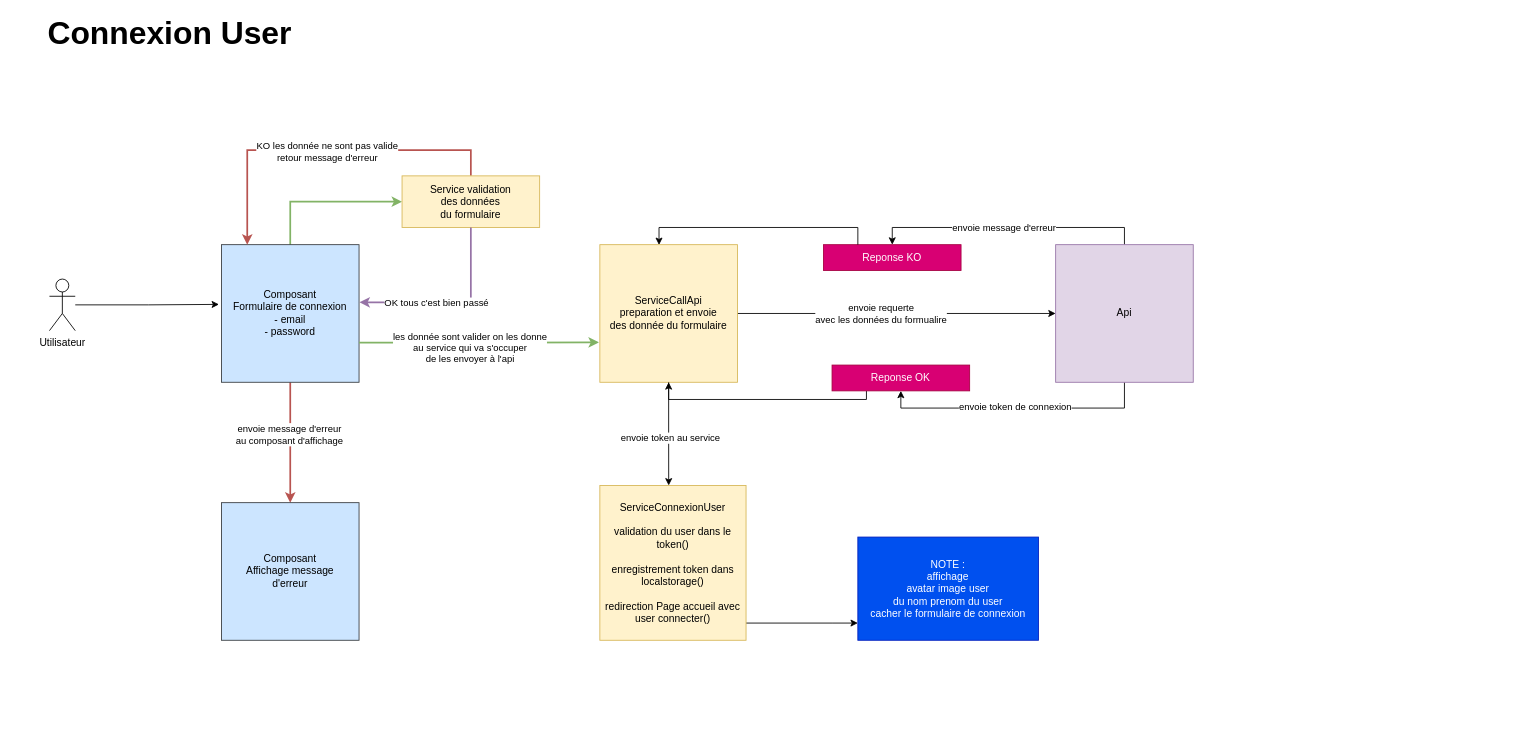
The draw.io diagram backlog-page-connexion.drawio in LucasCDA90/Projet-individuel, before the edit. Source tidied: cells renumbered, new cells numbered last; positions are measured from the earlier drawing's top-left corner, leaving out a move shared by most shapes. Both pictures are drawn from the tidied source at 86%, with x=0, y=0 at pixel (15, 21).
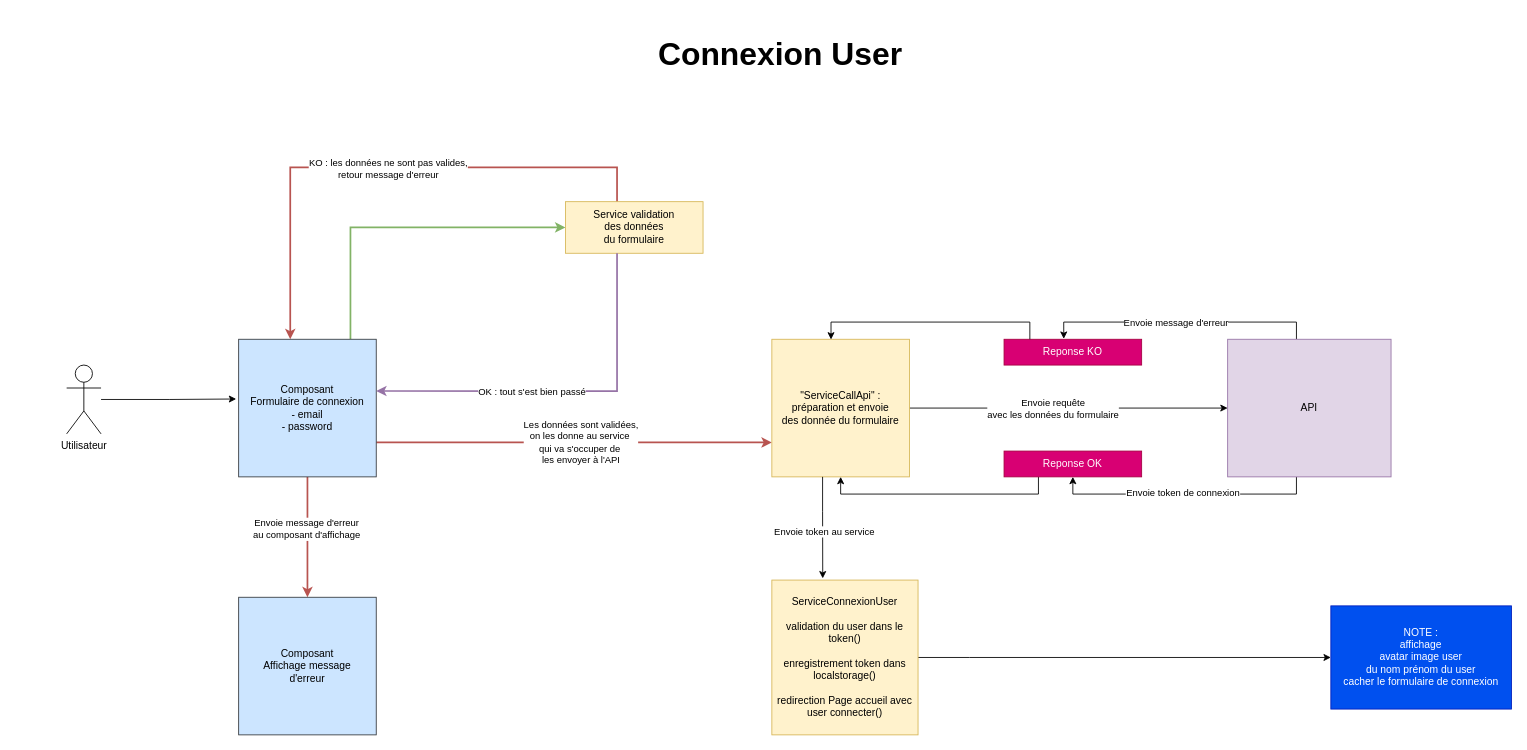
After the change.

The change refers to these unchanged cells:
```xml
<mxCell id="3" style="edgeStyle=orthogonalEdgeStyle;rounded=0;jettySize=auto;html=1;entryX=0.5;entryY=0;entryDx=0;entryDy=0;fillColor=#f8cecc;strokeColor=#b85450;strokeWidth=2;" parent="1" edge="1" source="5" target="19">
  <mxGeometry relative="1" as="geometry" />
</mxCell>
<mxCell id="12" style="edgeStyle=orthogonalEdgeStyle;rounded=0;jettySize=auto;html=1;" parent="1" edge="1" source="14" target="24">
  <mxGeometry relative="1" as="geometry" />
</mxCell>
```

The edit, as a diff of the source:
```diff
@@
     <mxCell id="2" style="edgeStyle=orthogonalEdgeStyle;rounded=0;jettySize=auto;html=1;entryX=0;entryY=0.5;entryDx=0;entryDy=0;fillColor=#d5e8d4;strokeColor=#82b366;strokeWidth=2;" parent="1" edge="1" source="5" target="11">
       <mxGeometry relative="1" as="geometry">
         <Array as="points">
-          <mxPoint x="320" y="210" />
+          <mxPoint x="390" y="240" />
         </Array>
       </mxGeometry>
     </mxCell>
@@
-    <mxCell id="4" value="envoie message d'erreur&lt;br&gt;au composant d'affichage" style="edgeLabel;html=1;align=center;verticalAlign=middle;" parent="3" vertex="1">
+    <mxCell id="4" value="Envoie message d'erreur&lt;br&gt;au composant d'affichage" style="edgeLabel;html=1;align=center;verticalAlign=middle;" parent="3" vertex="1">
       <mxGeometry x="-0.15" y="-2" relative="1" as="geometry" />
     </mxCell>
+    <mxCell id="17" style="edgeStyle=orthogonalEdgeStyle;rounded=0;jettySize=auto;html=1;exitX=1;exitY=0.75;exitDx=0;exitDy=0;entryX=0;entryY=0.75;entryDx=0;entryDy=0;fillColor=#f8cecc;strokeColor=#b85450;strokeWidth=2;" parent="1" edge="1" source="5" target="14">
+      <mxGeometry relative="1" as="geometry" />
+    </mxCell>
+    <mxCell id="34" value="&lt;div&gt;Les données sont validées,&lt;/div&gt;&lt;div&gt;on les donne au service&amp;nbsp;&lt;/div&gt;&lt;div&gt;qui va s'occuper de&amp;nbsp;&lt;/div&gt;&lt;div&gt;les envoyer à l'API&lt;/div&gt;" style="edgeLabel;html=1;align=center;verticalAlign=middle;" parent="17" vertex="1">
+      <mxGeometry x="0.03" y="1" relative="1" as="geometry" />
+    </mxCell>
     <mxCell id="5" value="&lt;div&gt;Composant&lt;br&gt;Formulaire de connexion&lt;br&gt;- email&lt;br&gt;- password&lt;/div&gt;" style="rounded=0;whiteSpace=wrap;html=1;fillColor=#cce5ff;strokeColor=#36393d;" parent="1" vertex="1">
-      <mxGeometry x="240" y="260" width="160" height="160" as="geometry" />
+      <mxGeometry x="260" y="370" width="160" height="160" as="geometry" />
     </mxCell>
     <mxCell id="6" value="Utilisateur" style="shape=umlActor;verticalLabelPosition=bottom;verticalAlign=top;html=1;outlineConnect=0;" parent="1" vertex="1">
-      <mxGeometry x="40" y="300" width="30" height="60" as="geometry" />
+      <mxGeometry x="60" y="400" width="40" height="80" as="geometry" />
     </mxCell>
     <mxCell id="7" value="Connexion User" style="text;html=1;align=center;verticalAlign=middle;whiteSpace=wrap;rounded=0;fontSize=37;fontStyle=1;" parent="1" vertex="1">
-      <mxGeometry width="360" height="30" as="geometry" />
+      <mxGeometry x="710" y="10" width="360" height="60" as="geometry" />
     </mxCell>
@@
     <mxCell id="9" style="edgeStyle=orthogonalEdgeStyle;rounded=0;jettySize=auto;html=1;fillColor=#f8cecc;strokeColor=#b85450;strokeWidth=2;" parent="1" edge="1" source="11" target="5">
       <mxGeometry relative="1" as="geometry">
         <Array as="points">
-          <mxPoint x="530" y="150" />
-          <mxPoint x="270" y="150" />
+          <mxPoint x="700" y="170" />
+          <mxPoint x="320" y="170" />
         </Array>
       </mxGeometry>
     </mxCell>
-    <mxCell id="10" value="KO les donnée ne sont pas valide&lt;br&gt;retour message d'erreur" style="edgeLabel;html=1;align=center;verticalAlign=middle;" parent="9" vertex="1">
+    <mxCell id="10" value="KO : les données ne sont pas valides,&lt;br&gt;retour message d'erreur" style="edgeLabel;html=1;align=center;verticalAlign=middle;" parent="9" vertex="1">
       <mxGeometry x="-0.01" y="1" relative="1" as="geometry" />
     </mxCell>
     <mxCell id="11" value="&lt;div&gt;Service validation&lt;br&gt;des données&lt;br&gt;du formulaire&lt;/div&gt;" style="rounded=0;whiteSpace=wrap;html=1;fillColor=#fff2cc;strokeColor=#d6b656;" parent="1" vertex="1">
-      <mxGeometry x="450" y="180" width="160" height="60" as="geometry" />
+      <mxGeometry x="640" y="210" width="160" height="60" as="geometry" />
     </mxCell>
@@
-    <mxCell id="13" value="envoie requerte&lt;br&gt;avec les données du formualire" style="edgeLabel;html=1;align=center;verticalAlign=middle;" parent="12" vertex="1">
+    <mxCell id="13" value="Envoie requête&lt;br&gt;avec les données du formulaire" style="edgeLabel;html=1;align=center;verticalAlign=middle;" parent="12" vertex="1">
       <mxGeometry x="-0.23" y="1" relative="1" as="geometry">
         <mxPoint x="24" y="1" as="offset" />
       </mxGeometry>
     </mxCell>
-    <mxCell id="14" value="ServiceCallApi&lt;br&gt;preparation et envoie&lt;br&gt;des donnée du formulaire" style="rounded=0;whiteSpace=wrap;html=1;fillColor=#fff2cc;strokeColor=#d6b656;" parent="1" vertex="1">
-      <mxGeometry x="680" y="260" width="160" height="160" as="geometry" />
+    <mxCell id="14" value="&quot;ServiceCallApi&quot; :&lt;br&gt;préparation et envoie&lt;br&gt;des donnée du formulaire" style="rounded=0;whiteSpace=wrap;html=1;fillColor=#fff2cc;strokeColor=#d6b656;" parent="1" vertex="1">
+      <mxGeometry x="880" y="370" width="160" height="160" as="geometry" />
     </mxCell>
-    <mxCell id="15" style="edgeStyle=orthogonalEdgeStyle;rounded=0;jettySize=auto;html=1;entryX=1.003;entryY=0.419;entryDx=0;entryDy=0;entryPerimeter=0;fillColor=#e1d5e7;strokeColor=#9673a6;strokeWidth=2;" parent="1" edge="1" source="11" target="5">
+    <mxCell id="15" style="edgeStyle=orthogonalEdgeStyle;rounded=0;jettySize=auto;html=1;entryX=0.999;entryY=0.376;entryDx=0;entryDy=0;entryPerimeter=0;fillColor=#e1d5e7;strokeColor=#9673a6;strokeWidth=2;" parent="1" edge="1" source="11" target="5">
       <mxGeometry relative="1" as="geometry">
         <Array as="points">
-          <mxPoint x="530" y="327" />
+          <mxPoint x="700" y="430" />
+          <mxPoint x="420" y="430" />
         </Array>
       </mxGeometry>
     </mxCell>
-    <mxCell id="16" value="OK tous c'est bien passé" style="edgeLabel;html=1;align=center;verticalAlign=middle;" parent="15" vertex="1">
+    <mxCell id="16" value="OK : tout s'est bien passé" style="edgeLabel;html=1;align=center;verticalAlign=middle;" parent="15" vertex="1">
       <mxGeometry x="0.18" relative="1" as="geometry" />
     </mxCell>
-    <mxCell id="17" style="edgeStyle=orthogonalEdgeStyle;rounded=0;jettySize=auto;html=1;entryX=-0.007;entryY=0.71;entryDx=0;entryDy=0;entryPerimeter=0;fillColor=#d5e8d4;strokeColor=#82b366;strokeWidth=2;" parent="1" edge="1" source="5" target="14">
-      <mxGeometry relative="1" as="geometry">
-        <Array as="points">
-          <mxPoint x="470" y="374" />
-          <mxPoint x="470" y="374" />
-        </Array>
-      </mxGeometry>
-    </mxCell>
-    <mxCell id="18" value="les donnée sont valider on les donne&lt;br&gt;au service qui va s'occuper&lt;br&gt;de les envoyer à l'api" style="edgeLabel;html=1;align=center;verticalAlign=middle;" parent="17" vertex="1">
-      <mxGeometry x="-0.43" y="3" relative="1" as="geometry">
-        <mxPoint x="50" y="9" as="offset" />
-      </mxGeometry>
-    </mxCell>
     <mxCell id="19" value="Composant&lt;br&gt;Affichage message &lt;br&gt;d'erreur" style="rounded=0;whiteSpace=wrap;html=1;fillColor=#cce5ff;strokeColor=#36393d;" parent="1" vertex="1">
-      <mxGeometry x="240" y="560" width="160" height="160" as="geometry" />
+      <mxGeometry x="260" y="670" width="160" height="160" as="geometry" />
     </mxCell>
     <mxCell id="20" style="edgeStyle=orthogonalEdgeStyle;rounded=0;jettySize=auto;html=1;entryX=0.5;entryY=1;entryDx=0;entryDy=0;" parent="1" edge="1" source="24" target="26">
       <mxGeometry relative="1" as="geometry">
         <Array as="points">
-          <mxPoint x="1290" y="450" />
-          <mxPoint x="1030" y="450" />
+          <mxPoint x="1490" y="550" />
+          <mxPoint x="1230" y="550" />
         </Array>
       </mxGeometry>
     </mxCell>
-    <mxCell id="21" value="envoie token de connexion" style="edgeLabel;html=1;align=center;verticalAlign=middle;" parent="20" vertex="1">
+    <mxCell id="21" value="Envoie token de connexion" style="edgeLabel;html=1;align=center;verticalAlign=middle;" parent="20" vertex="1">
       <mxGeometry x="0.02" y="-2" relative="1" as="geometry" />
     </mxCell>
-    <mxCell id="22" style="edgeStyle=orthogonalEdgeStyle;rounded=0;jettySize=auto;html=1;entryX=0.5;entryY=0;entryDx=0;entryDy=0;" parent="1" edge="1" source="24" target="27">
+    <mxCell id="22" style="edgeStyle=orthogonalEdgeStyle;rounded=0;jettySize=auto;html=1;entryX=0.434;entryY=-0.017;entryDx=0;entryDy=0;entryPerimeter=0;" parent="1" edge="1" source="24" target="27">
       <mxGeometry relative="1" as="geometry">
         <Array as="points">
-          <mxPoint x="1290" y="240" />
-          <mxPoint x="1020" y="240" />
+          <mxPoint x="1490" y="350" />
+          <mxPoint x="1220" y="350" />
+          <mxPoint x="1220" y="370" />
         </Array>
       </mxGeometry>
     </mxCell>
-    <mxCell id="23" value="envoie message d'erreur" style="edgeLabel;html=1;align=center;verticalAlign=middle;" parent="22" vertex="1">
+    <mxCell id="23" value="Envoie message d'erreur" style="edgeLabel;html=1;align=center;verticalAlign=middle;" parent="22" vertex="1">
       <mxGeometry x="0.04" relative="1" as="geometry" />
     </mxCell>
-    <mxCell id="24" value="Api" style="rounded=0;whiteSpace=wrap;html=1;fillColor=#e1d5e7;strokeColor=#9673a6;" parent="1" vertex="1">
-      <mxGeometry x="1210" y="260" width="160" height="160" as="geometry" />
+    <mxCell id="24" value="API" style="rounded=0;whiteSpace=wrap;html=1;fillColor=#e1d5e7;strokeColor=#9673a6;" parent="1" vertex="1">
+      <mxGeometry x="1410" y="370" width="190" height="160" as="geometry" />
     </mxCell>
     <mxCell id="25" style="edgeStyle=orthogonalEdgeStyle;rounded=0;jettySize=auto;html=1;entryX=0.5;entryY=1;entryDx=0;entryDy=0;exitX=0.25;exitY=1;exitDx=0;exitDy=0;" parent="1" edge="1" source="26" target="14">
       <mxGeometry relative="1" as="geometry">
         <Array as="points">
-          <mxPoint x="990" y="440" />
-          <mxPoint x="760" y="440" />
+          <mxPoint x="1190" y="550" />
+          <mxPoint x="960" y="550" />
         </Array>
       </mxGeometry>
     </mxCell>
     <mxCell id="26" value="Reponse OK" style="rounded=0;whiteSpace=wrap;html=1;fillColor=#d80073;strokeColor=#A50040;fontColor=#ffffff;" parent="1" vertex="1">
-      <mxGeometry x="950" y="400" width="160" height="30" as="geometry" />
+      <mxGeometry x="1150" y="500" width="160" height="30" as="geometry" />
     </mxCell>
     <mxCell id="27" value="Reponse KO" style="rounded=0;whiteSpace=wrap;html=1;fillColor=#d80073;strokeColor=#A50040;fontColor=#ffffff;" parent="1" vertex="1">
-      <mxGeometry x="940" y="260" width="160" height="30" as="geometry" />
+      <mxGeometry x="1150" y="370" width="160" height="30" as="geometry" />
     </mxCell>
     <mxCell id="28" style="edgeStyle=orthogonalEdgeStyle;rounded=0;jettySize=auto;html=1;entryX=0.43;entryY=0.002;entryDx=0;entryDy=0;entryPerimeter=0;" parent="1" edge="1" source="27" target="14">
       <mxGeometry relative="1" as="geometry">
         <Array as="points">
-          <mxPoint x="980" y="240" />
-          <mxPoint x="749" y="240" />
+          <mxPoint x="1180" y="350" />
+          <mxPoint x="949" y="350" />
         </Array>
       </mxGeometry>
     </mxCell>
     <mxCell id="29" style="edgeStyle=orthogonalEdgeStyle;rounded=0;jettySize=auto;html=1;" parent="1" edge="1" source="30" target="33">
       <mxGeometry relative="1" as="geometry">
         <Array as="points">
-          <mxPoint x="950" y="700" />
-          <mxPoint x="950" y="700" />
+          <mxPoint x="1110" y="740" />
+          <mxPoint x="1110" y="740" />
         </Array>
       </mxGeometry>
     </mxCell>
     <mxCell id="30" value="ServiceConnexionUser&lt;br&gt;&lt;br&gt;validation du user dans le token()&lt;br&gt;&lt;br&gt;&lt;div&gt;enregistrement token dans localstorage()&lt;br&gt;&lt;br&gt;redirection Page accueil avec user connecter()&lt;/div&gt;" style="rounded=0;whiteSpace=wrap;html=1;fillColor=#fff2cc;strokeColor=#d6b656;" parent="1" vertex="1">
-      <mxGeometry x="680" y="540" width="170" height="180" as="geometry" />
+      <mxGeometry x="880" y="650" width="170" height="180" as="geometry" />
     </mxCell>
-    <mxCell id="31" style="edgeStyle=orthogonalEdgeStyle;rounded=0;jettySize=auto;html=1;entryX=0.471;entryY=0;entryDx=0;entryDy=0;entryPerimeter=0;" parent="1" edge="1" source="14" target="30">
-      <mxGeometry relative="1" as="geometry" />
+    <mxCell id="31" style="edgeStyle=orthogonalEdgeStyle;rounded=0;jettySize=auto;html=1;entryX=0.348;entryY=-0.011;entryDx=0;entryDy=0;entryPerimeter=0;" parent="1" edge="1" source="14" target="30">
+      <mxGeometry relative="1" as="geometry">
+        <Array as="points">
+          <mxPoint x="939" y="570" />
+          <mxPoint x="939" y="570" />
+        </Array>
+      </mxGeometry>
     </mxCell>
-    <mxCell id="32" value="envoie token au service" style="edgeLabel;html=1;align=center;verticalAlign=middle;" parent="31" vertex="1">
+    <mxCell id="32" value="Envoie token au service" style="edgeLabel;html=1;align=center;verticalAlign=middle;" parent="31" vertex="1">
       <mxGeometry x="0.08" y="1" relative="1" as="geometry" />
     </mxCell>
-    <mxCell id="33" value="NOTE :&lt;br&gt;affichage&lt;br&gt;avatar image user&lt;br&gt;du nom prenom du user&lt;br&gt;cacher le formulaire de connexion" style="rounded=0;whiteSpace=wrap;html=1;fillColor=#0050ef;strokeColor=#001DBC;fontColor=#ffffff;" parent="1" vertex="1">
-      <mxGeometry x="980" y="600" width="210" height="120" as="geometry" />
+    <mxCell id="33" value="NOTE :&lt;br&gt;affichage&lt;br&gt;avatar image user&lt;br&gt;du nom prénom du user&lt;br&gt;cacher le formulaire de connexion" style="rounded=0;whiteSpace=wrap;html=1;fillColor=#0050ef;strokeColor=#001DBC;fontColor=#ffffff;" parent="1" vertex="1">
+      <mxGeometry x="1530" y="680" width="210" height="120" as="geometry" />
     </mxCell>
```
